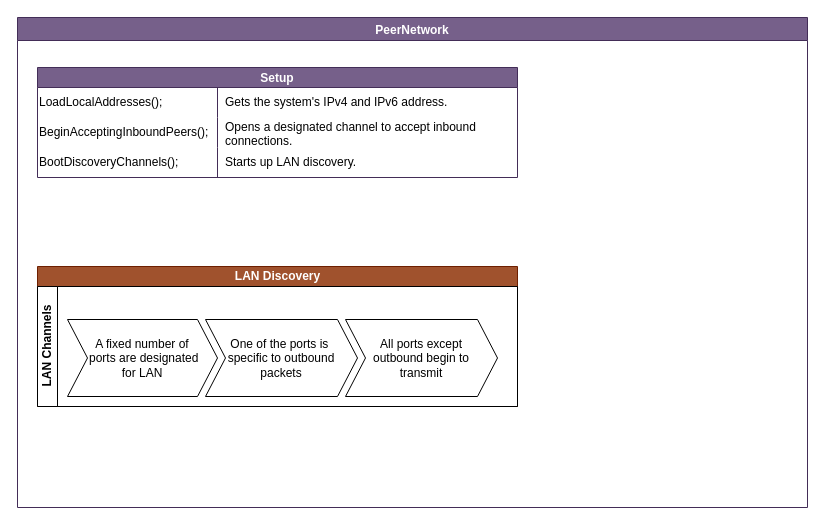
Above: misc/diagrams/p2plan.drawio in realChrisDeBon/P2PNet (draw.io), before the change. Source tidied: cells renumbered, new cells numbered last; positions are measured from the earlier drawing's top-left corner, leaving out a move shared by most shapes. Both pictures are drawn from the tidied source at 100%, with x=0, y=0 at pixel (17, 17).
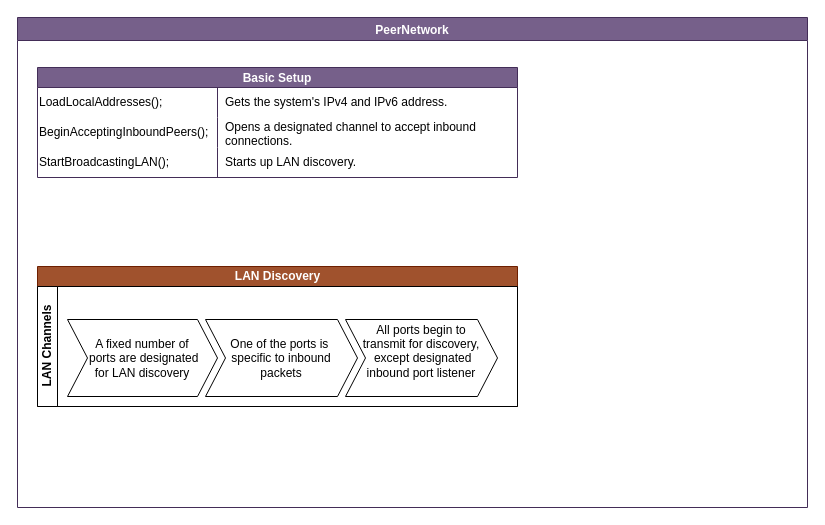
The same page after the edit.

The edit, as a diff of the source:
```diff
@@
 <mxGraphModel>
   <root>
     <mxCell id="0" />
     <mxCell id="1" parent="0" />
-    <mxCell id="2" value="PeerNetwork" style="swimlane;fillColor=#76608a;strokeColor=#432D57;labelBackgroundColor=none;startSize=23;fontColor=#ffffff;" parent="1" vertex="1">
+    <mxCell id="2" value="PeerNetwork" style="swimlane;fillColor=#76608a;strokeColor=#432D57;labelBackgroundColor=none;startSize=23;fontColor=#ffffff;fillStyle=solid;swimlaneFillColor=default;" parent="1" vertex="1">
       <mxGeometry width="790" height="490" as="geometry" />
     </mxCell>
     <mxCell id="3" value="LAN Discovery" style="swimlane;horizontal=1;startSize=20;html=1;fillColor=#a0522d;fontColor=#ffffff;strokeColor=#6D1F00;" parent="2" vertex="1">
       <mxGeometry x="20" y="249" width="480" height="140" as="geometry" />
     </mxCell>
     <mxCell id="4" value="LAN Channels" style="swimlane;startSize=20;horizontal=0;html=1;" parent="3" vertex="1">
       <mxGeometry y="20" width="480" height="120" as="geometry" />
     </mxCell>
     <mxCell id="5" style="swimlane;horizontal=1;fillColor=none;strokeColor=none;stackBorder=10;align=center;whiteSpace=wrap;html=1;" parent="4" vertex="1">
       <mxGeometry x="20" width="450" height="120" as="geometry" />
     </mxCell>
-    <mxCell id="6" value="&lt;div&gt;A fixed number of&lt;/div&gt;&lt;div&gt;&amp;nbsp;ports are designated&lt;/div&gt;&lt;div&gt;for LAN&lt;br&gt;&lt;/div&gt;" style="shape=step;perimeter=stepPerimeter;fixedSize=1;whiteSpace=wrap;html=1;" parent="5" vertex="1">
+    <mxCell id="6" value="&lt;div&gt;A fixed number of&lt;/div&gt;&lt;div&gt;&amp;nbsp;ports are designated&lt;/div&gt;&lt;div&gt;for LAN discovery&lt;/div&gt;" style="shape=step;perimeter=stepPerimeter;fixedSize=1;whiteSpace=wrap;html=1;" parent="5" vertex="1">
       <mxGeometry x="10" y="33" width="150" height="77" as="geometry" />
     </mxCell>
-    <mxCell id="7" value="&lt;div&gt;One of the ports is&amp;nbsp;&lt;/div&gt;&lt;div&gt;specific to outbound packets&lt;/div&gt;" style="shape=step;perimeter=stepPerimeter;fixedSize=1;whiteSpace=wrap;html=1;" parent="5" vertex="1">
+    <mxCell id="7" value="&lt;div&gt;One of the ports is&amp;nbsp;&lt;/div&gt;&lt;div&gt;specific to inbound&lt;/div&gt;&lt;div&gt;packets&lt;/div&gt;" style="shape=step;perimeter=stepPerimeter;fixedSize=1;whiteSpace=wrap;html=1;" parent="5" vertex="1">
       <mxGeometry x="148" y="33" width="152" height="77" as="geometry" />
     </mxCell>
-    <mxCell id="8" value="&lt;div&gt;All ports except&lt;/div&gt;&lt;div&gt;outbound begin to &lt;br&gt;&lt;/div&gt;&lt;div&gt;transmit&lt;br&gt;&lt;/div&gt;" style="shape=step;perimeter=stepPerimeter;fixedSize=1;whiteSpace=wrap;html=1;" parent="5" vertex="1">
+    <mxCell id="8" value="&lt;div&gt;All ports begin to&lt;/div&gt;&lt;div&gt;transmit for discovery,&lt;/div&gt;&lt;div&gt;&amp;nbsp;except designated&lt;/div&gt;&lt;div&gt;inbound port listener&lt;/div&gt;&lt;div&gt;&lt;br&gt;&lt;/div&gt;" style="shape=step;perimeter=stepPerimeter;fixedSize=1;whiteSpace=wrap;html=1;" parent="5" vertex="1">
       <mxGeometry x="288" y="33" width="152" height="77" as="geometry" />
     </mxCell>
-    <mxCell id="9" value="Setup" style="shape=table;startSize=20;childLayout=tableLayout;rowLines=0;fontStyle=1;strokeColor=#432D57;fontSize=12;align=center;fillColor=#76608a;fontColor=#ffffff;shadow=0;" parent="2" vertex="1">
+    <mxCell id="9" value="Basic Setup" style="shape=table;startSize=20;childLayout=tableLayout;rowLines=0;fontStyle=1;strokeColor=#432D57;fontSize=12;align=center;fillColor=#76608a;fontColor=#ffffff;shadow=0;" parent="2" vertex="1">
       <mxGeometry x="20" y="50" width="480" height="110" as="geometry" />
     </mxCell>
     <mxCell id="10" style="shape=tableRow;horizontal=0;startSize=0;swimlaneHead=0;swimlaneBody=0;top=0;left=0;bottom=0;right=0;fillColor=none;strokeColor=inherit;fontSize=16;" parent="9" vertex="1">
       <mxGeometry y="20" width="480" height="30" as="geometry" />
     </mxCell>
     <mxCell id="11" value="LoadLocalAddresses();" style="shape=partialRectangle;html=1;whiteSpace=wrap;fillColor=none;top=0;left=0;bottom=0;right=0;overflow=hidden;strokeColor=default;fontSize=12;align=left;" parent="10" vertex="1">
       <mxGeometry width="180" height="30" as="geometry" />
     </mxCell>
     <mxCell id="12" value="Gets the system's IPv4 and IPv6 address." style="shape=partialRectangle;html=1;whiteSpace=wrap;fillColor=none;top=0;left=0;bottom=0;right=0;align=left;spacingLeft=6;overflow=hidden;strokeColor=default;fontSize=12;" parent="10" vertex="1">
       <mxGeometry x="180" width="300" height="30" as="geometry" />
     </mxCell>
-    <mxCell id="13" style="shape=tableRow;horizontal=0;startSize=0;swimlaneHead=0;swimlaneBody=0;top=0;left=0;bottom=0;right=0;fillColor=none;strokeColor=inherit;fontSize=16;" parent="9" vertex="1">
+    <mxCell id="13" style="shape=tableRow;horizontal=0;startSize=0;swimlaneHead=0;swimlaneBody=0;top=0;left=0;bottom=0;right=0;fillColor=none;strokeColor=default;fontSize=16;strokeWidth=5;swimlaneFillColor=none;labelBorderColor=default;" parent="9" vertex="1">
       <mxGeometry y="50" width="480" height="30" as="geometry" />
     </mxCell>
-    <mxCell id="14" value="BeginAcceptingInboundPeers();" style="shape=partialRectangle;html=1;whiteSpace=wrap;fillColor=none;top=0;left=0;bottom=0;right=0;overflow=hidden;strokeColor=default;fontSize=12;align=left;strokeWidth=3;shadow=0;" parent="13" vertex="1">
+    <mxCell id="14" value="BeginAcceptingInboundPeers();" style="shape=partialRectangle;html=1;whiteSpace=wrap;fillColor=none;top=0;left=0;bottom=0;right=0;overflow=hidden;strokeColor=default;fontSize=12;align=left;strokeWidth=3;shadow=0;perimeterSpacing=0;sketch=1;curveFitting=1;jiggle=2;" parent="13" vertex="1">
       <mxGeometry width="180" height="30" as="geometry" />
     </mxCell>
-    <mxCell id="15" value="Opens a designated channel to accept inbound connections." style="shape=partialRectangle;html=1;whiteSpace=wrap;fillColor=none;top=0;left=0;bottom=0;right=0;align=left;spacingLeft=6;overflow=hidden;strokeColor=default;fontSize=12;strokeWidth=3;shadow=0;perimeterSpacing=4;" parent="13" vertex="1">
+    <mxCell id="15" value="Opens a designated channel to accept inbound connections." style="shape=partialRectangle;html=1;whiteSpace=wrap;fillColor=none;top=0;left=0;bottom=0;right=0;align=left;spacingLeft=6;overflow=hidden;strokeColor=default;fontSize=12;strokeWidth=3;shadow=0;perimeterSpacing=0;sketch=1;curveFitting=1;jiggle=2;" parent="13" vertex="1">
       <mxGeometry x="180" width="300" height="30" as="geometry" />
     </mxCell>
     <mxCell id="16" style="shape=tableRow;horizontal=0;startSize=0;swimlaneHead=0;swimlaneBody=0;top=0;left=0;bottom=0;right=0;fillColor=none;strokeColor=inherit;fontSize=16;" parent="9" vertex="1">
       <mxGeometry y="80" width="480" height="30" as="geometry" />
     </mxCell>
-    <mxCell id="17" value="BootDiscoveryChannels();" style="shape=partialRectangle;html=1;whiteSpace=wrap;fillColor=none;top=0;left=0;bottom=0;right=0;overflow=hidden;strokeColor=inherit;fontSize=12;align=left;" parent="16" vertex="1">
+    <mxCell id="17" value="StartBroadcastingLAN();" style="shape=partialRectangle;html=1;whiteSpace=wrap;fillColor=none;top=0;left=0;bottom=0;right=0;overflow=hidden;strokeColor=inherit;fontSize=12;align=left;" parent="16" vertex="1">
       <mxGeometry width="180" height="30" as="geometry" />
     </mxCell>
     <mxCell id="18" value="Starts up LAN discovery." style="shape=partialRectangle;html=1;whiteSpace=wrap;fillColor=none;top=0;left=0;bottom=0;right=0;align=left;spacingLeft=6;overflow=hidden;strokeColor=inherit;fontSize=12;" parent="16" vertex="1">
       <mxGeometry x="180" width="300" height="30" as="geometry" />
     </mxCell>
   </root>
 </mxGraphModel>
```
